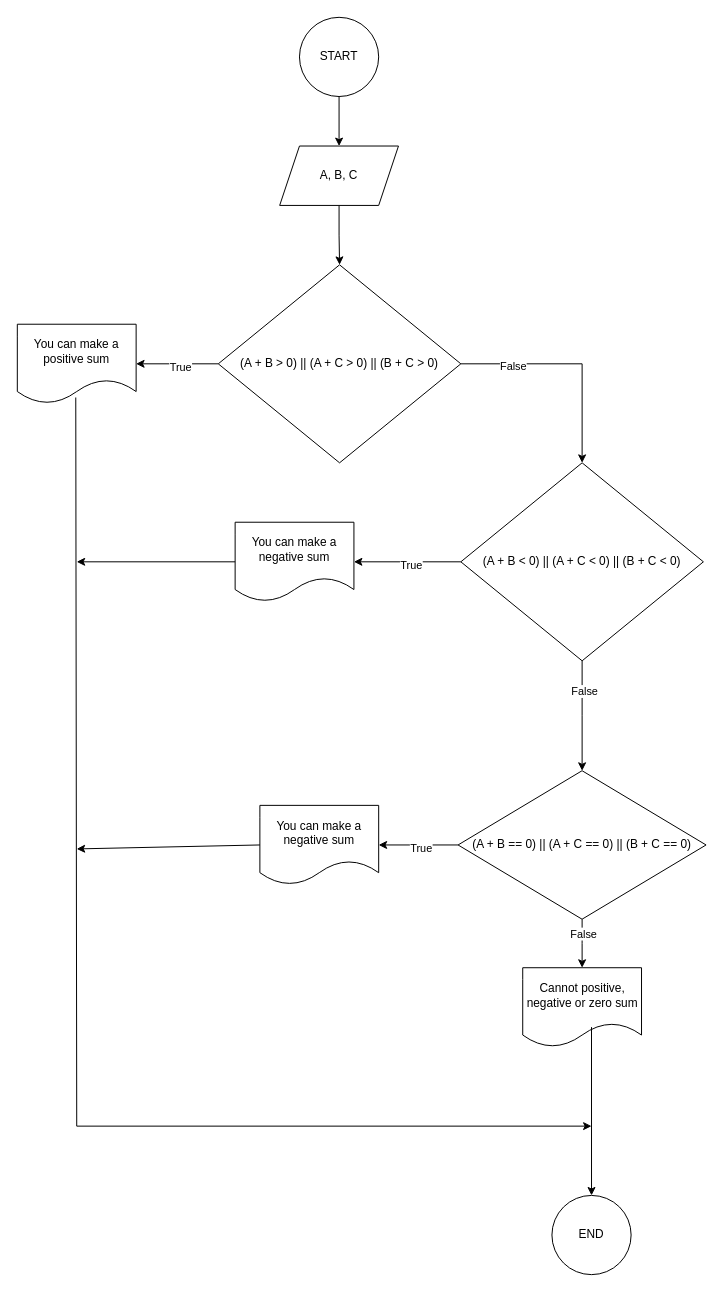
The draw.io diagram branching-hw-task3.drawio in uthmanigbin/university-work, before the edit. Source tidied: cells renumbered, new cells numbered last; positions are measured from the earlier drawing's top-left corner, leaving out a move shared by most shapes. Both pictures are drawn from the tidied source at 99%, with x=0, y=0 at pixel (17, 17).
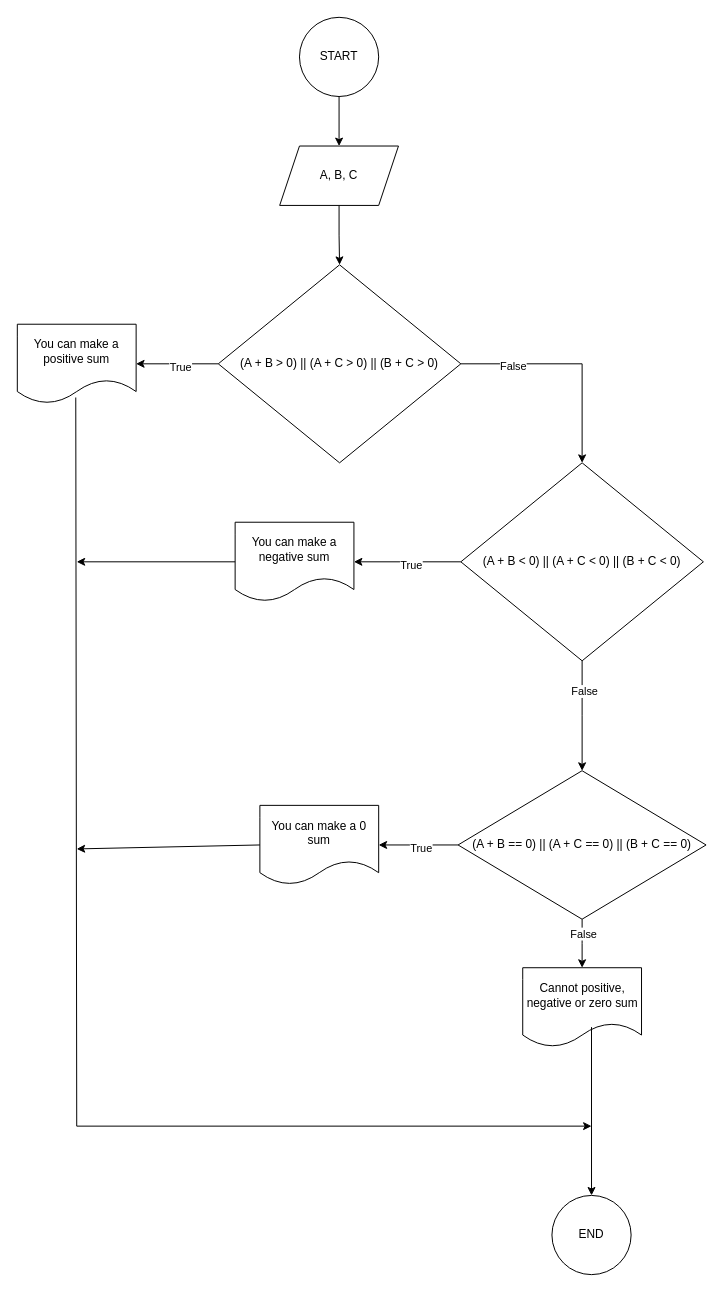
The same diagram, later.

The edit, as a diff of the source:
```diff
@@
-    <mxCell id="23" value="You can make a negative sum" style="shape=document;whiteSpace=wrap;html=1;boundedLbl=1;" parent="1" vertex="1">
+    <mxCell id="23" value="You can make a 0 sum" style="shape=document;whiteSpace=wrap;html=1;boundedLbl=1;" parent="1" vertex="1">
       <mxGeometry x="245" y="796" width="120" height="80" as="geometry" />
     </mxCell>
```
